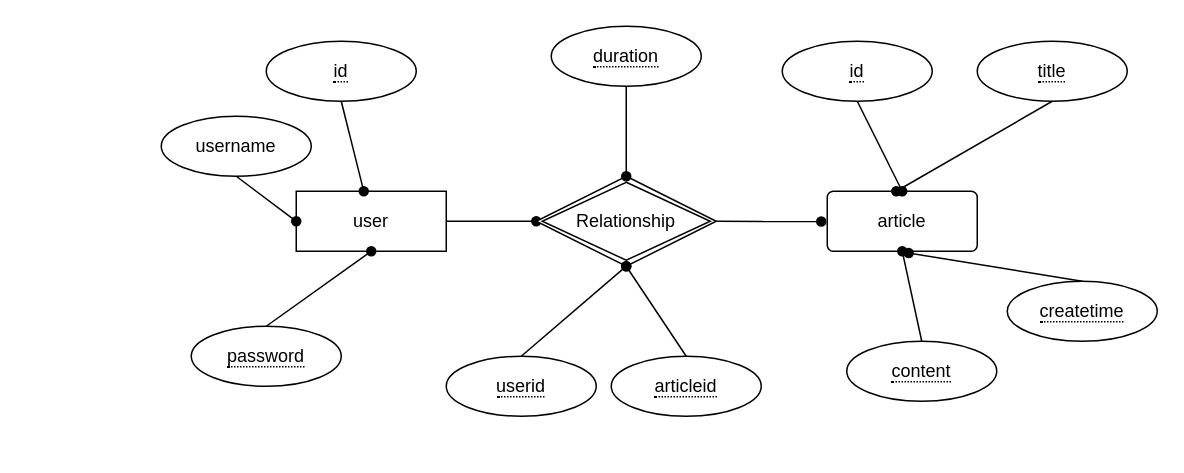
Earlier version of the draw.io diagram Untitled Diagram.drawio (suckitfa/-). Source tidied: cells renumbered, new cells numbered last; positions are measured from the earlier drawing's top-left corner, leaving out a move shared by most shapes. Both pictures are drawn from the tidied source at 150%, with x=0, y=0 at pixel (160, 26).
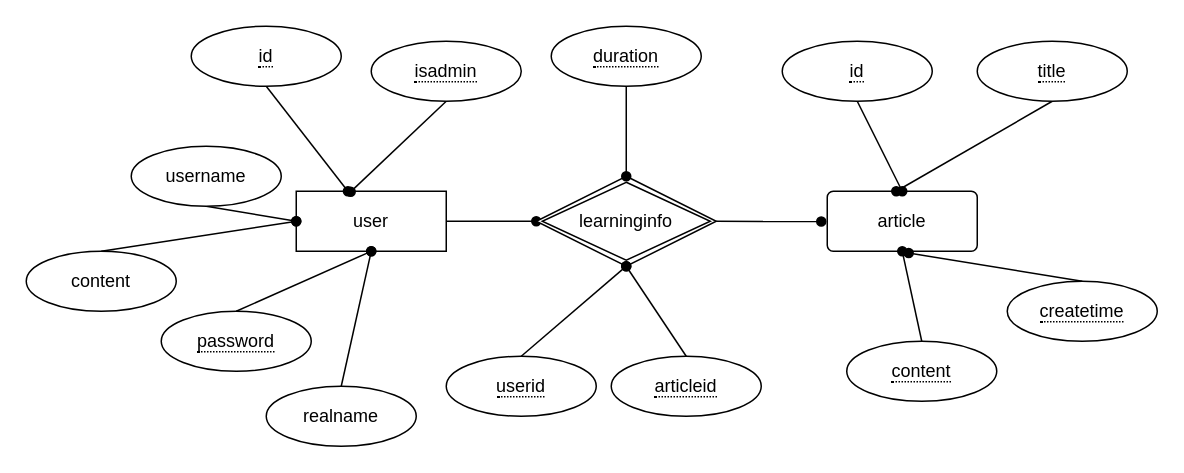
The same diagram, later.

The change refers to these unchanged cells:
```xml
<mxCell id="3" value="user" style="whiteSpace=wrap;html=1;align=center;" parent="1" vertex="1">
  <mxGeometry x="90" y="110" width="100" height="40" as="geometry" />
</mxCell>
```

Diff of the diagram source:
```diff
@@
     <mxCell id="5" value="&lt;span style=&quot;border-bottom: 1px dotted&quot;&gt;id&lt;/span&gt;" style="ellipse;whiteSpace=wrap;html=1;align=center;" parent="1" vertex="1">
-      <mxGeometry x="70" y="10" width="100" height="40" as="geometry" />
+      <mxGeometry x="20" width="100" height="40" as="geometry" />
     </mxCell>
@@
     <mxCell id="7" value="username&lt;br&gt;" style="ellipse;whiteSpace=wrap;html=1;align=center;" parent="1" vertex="1">
-      <mxGeometry y="60" width="100" height="40" as="geometry" />
+      <mxGeometry x="-20" y="80" width="100" height="40" as="geometry" />
     </mxCell>
@@
     <mxCell id="9" value="&lt;span style=&quot;border-bottom: 1px dotted&quot;&gt;password&lt;br&gt;&lt;/span&gt;" style="ellipse;whiteSpace=wrap;html=1;align=center;" parent="1" vertex="1">
-      <mxGeometry x="20" y="200" width="100" height="40" as="geometry" />
+      <mxGeometry y="190" width="100" height="40" as="geometry" />
     </mxCell>
@@
-    <mxCell id="20" value="Relationship" style="shape=rhombus;double=1;perimeter=rhombusPerimeter;whiteSpace=wrap;html=1;align=center;" parent="1" vertex="1">
+    <mxCell id="20" value="learninginfo" style="shape=rhombus;double=1;perimeter=rhombusPerimeter;whiteSpace=wrap;html=1;align=center;" parent="1" vertex="1">
       <mxGeometry x="250" y="100" width="120" height="60" as="geometry" />
     </mxCell>
@@
+    <mxCell id="27" style="edgeStyle=none;rounded=0;jettySize=auto;html=1;exitX=0.5;exitY=0;exitDx=0;exitDy=0;endArrow=oval;endFill=1;" parent="1" edge="1" source="28">
+      <mxGeometry relative="1" as="geometry">
+        <mxPoint x="140" y="150" as="targetPoint" />
+      </mxGeometry>
+    </mxCell>
+    <mxCell id="28" value="realname" style="ellipse;whiteSpace=wrap;html=1;align=center;" parent="1" vertex="1">
+      <mxGeometry x="70" y="240" width="100" height="40" as="geometry" />
+    </mxCell>
+    <mxCell id="29" style="edgeStyle=none;rounded=0;jettySize=auto;html=1;exitX=0.5;exitY=1;exitDx=0;exitDy=0;entryX=0.363;entryY=0.008;entryDx=0;entryDy=0;entryPerimeter=0;endArrow=oval;endFill=1;" parent="1" edge="1" source="30" target="3">
+      <mxGeometry relative="1" as="geometry" />
+    </mxCell>
+    <mxCell id="30" value="&lt;span style=&quot;border-bottom: 1px dotted&quot;&gt;isadmin&lt;/span&gt;" style="ellipse;whiteSpace=wrap;html=1;align=center;" parent="1" vertex="1">
+      <mxGeometry x="140" y="10" width="100" height="40" as="geometry" />
+    </mxCell>
+    <mxCell id="31" style="edgeStyle=none;rounded=0;jettySize=auto;html=1;exitX=0.5;exitY=0;exitDx=0;exitDy=0;entryX=0;entryY=0.5;entryDx=0;entryDy=0;endArrow=oval;endFill=1;" parent="1" edge="1" source="32" target="3">
+      <mxGeometry relative="1" as="geometry" />
+    </mxCell>
+    <mxCell id="32" value="content" style="ellipse;whiteSpace=wrap;html=1;align=center;" parent="1" vertex="1">
+      <mxGeometry x="-90" y="150" width="100" height="40" as="geometry" />
+    </mxCell>
```
